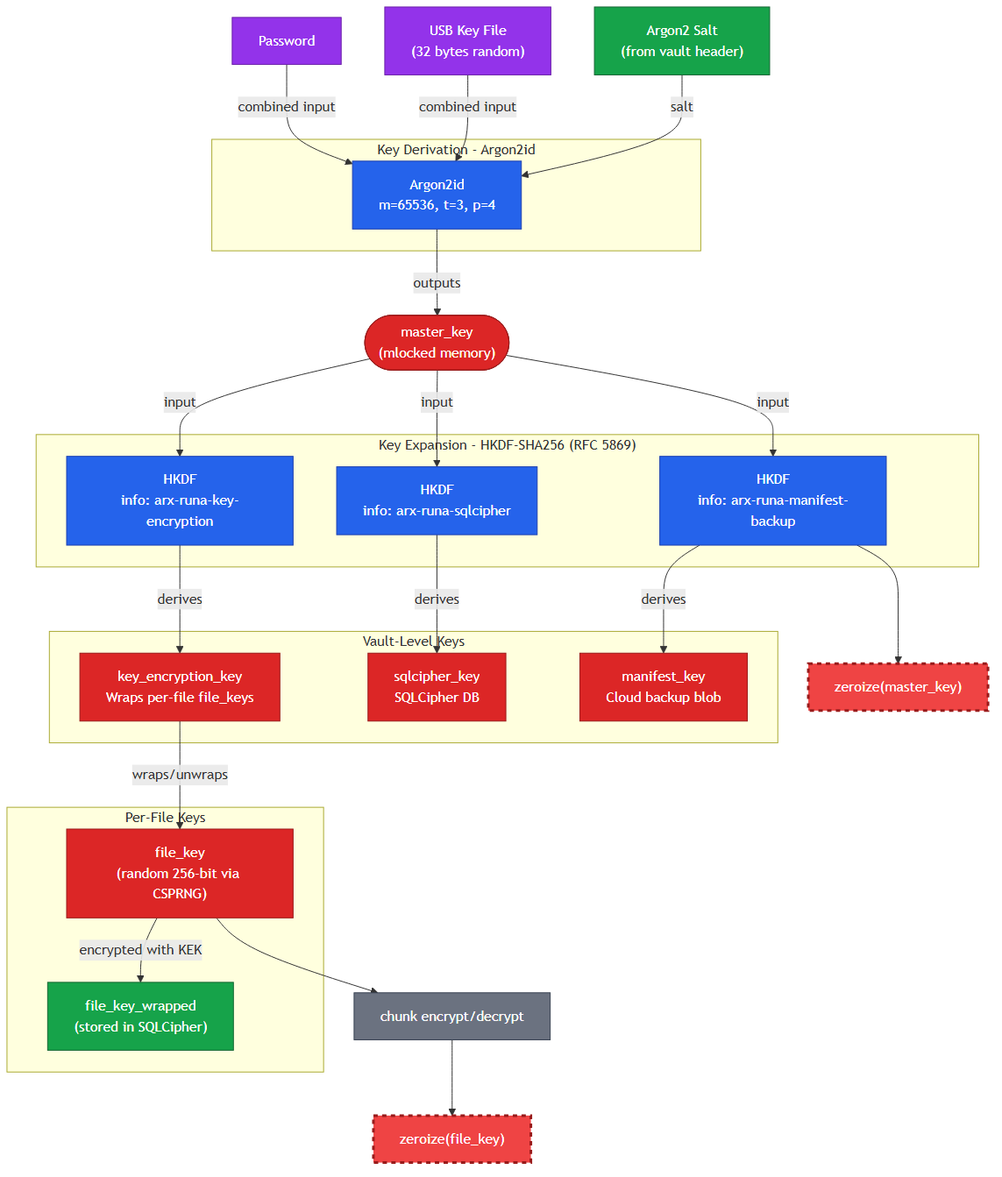
Before: docs/report/mermaid-tmp/mermaid_1.png, a diagram exported from Mermaid (salgaard/arx-runa). Its source is kept beside it as docs/report/mermaid-tmp/mermaid_1.mmd.
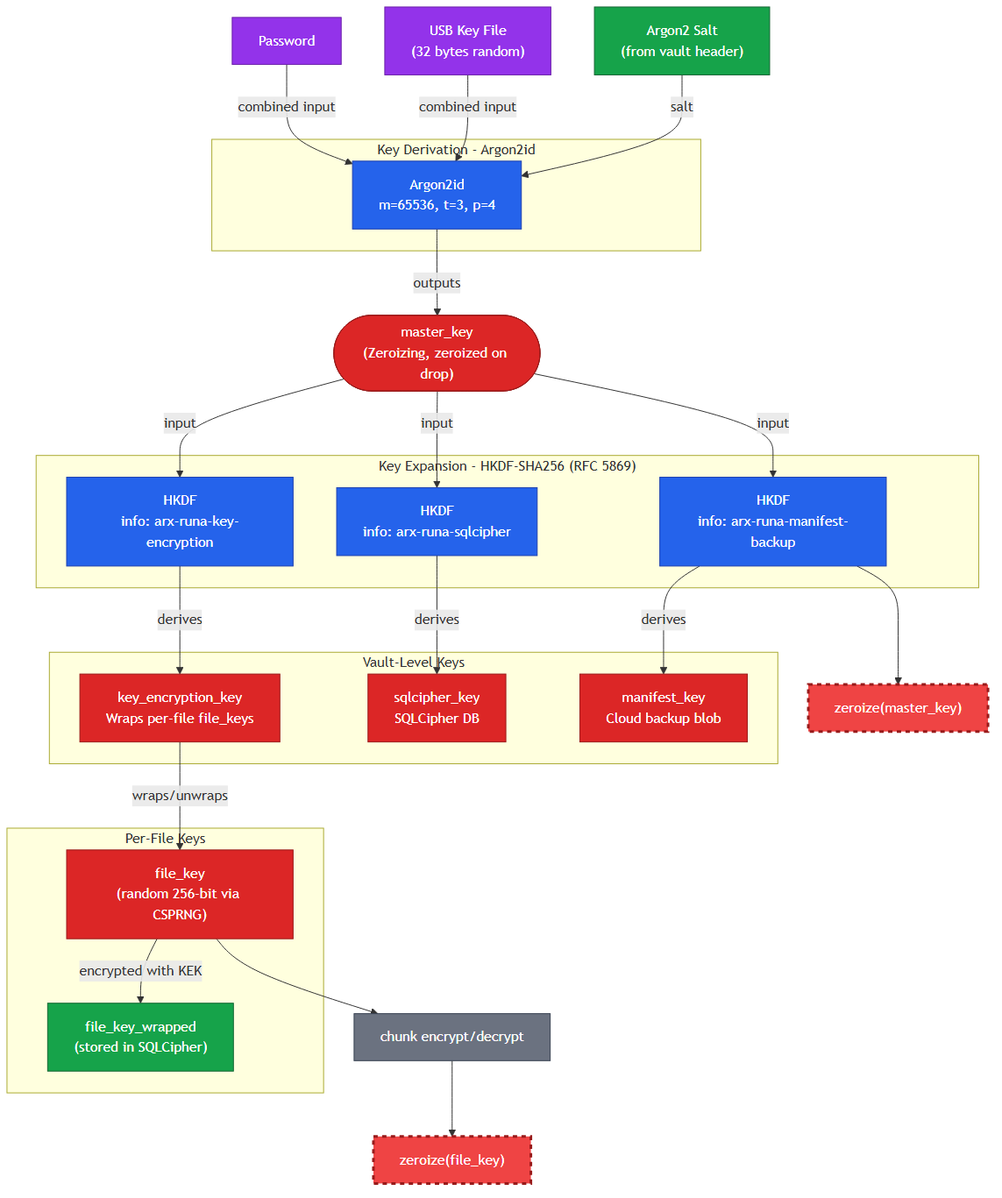
After the commit.

The edit, as a diff of the source:
```diff
@@ -7,7 +7,7 @@
         ARGON["Argon2id<br/>m=65536, t=3, p=4"]:::crypto
     end
 
-    MK_NODE(["master_key<br/>(mlocked memory)"]):::secret
+    MK_NODE(["master_key<br/>(Zeroizing, zeroized on drop)"]):::secret
 
     subgraph HKDF_LAYER ["Key Expansion - HKDF-SHA256 (RFC 5869)"]
         HKDF1["HKDF<br/>info: arx-runa-key-encryption"]:::crypto
```
